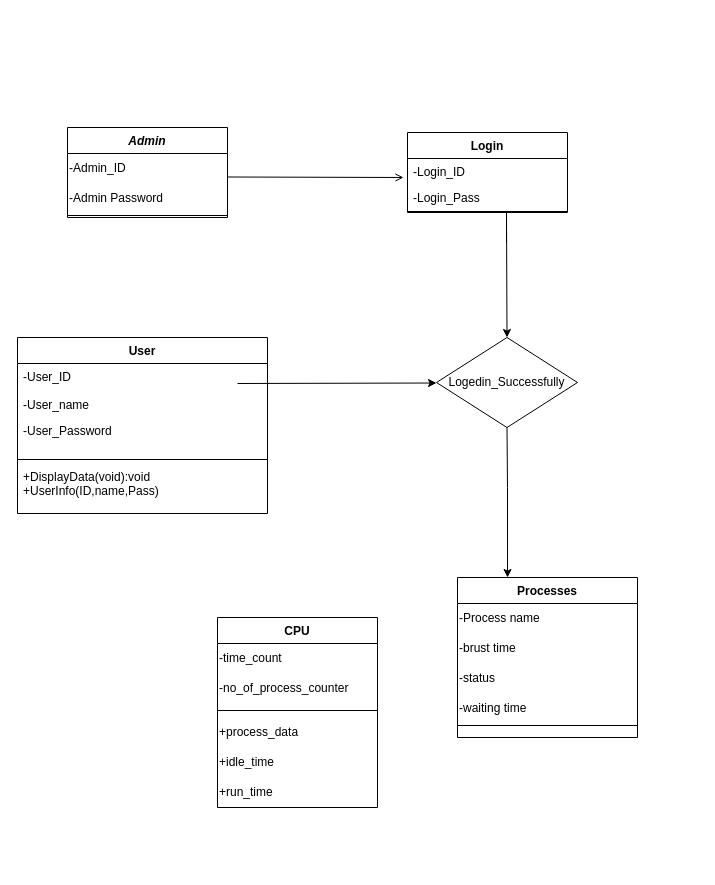
Shivmalge/USA-Residential-House-Price-Prediction keeps this draw.io diagram as Untitled Diagram.drawio. Above is the earlier version. Source tidied: cells renumbered, new cells numbered last; positions are measured from the earlier drawing's top-left corner, leaving out a move shared by most shapes. Both pictures are drawn from the tidied source at 100%, with x=0, y=0 at pixel (17, 127).
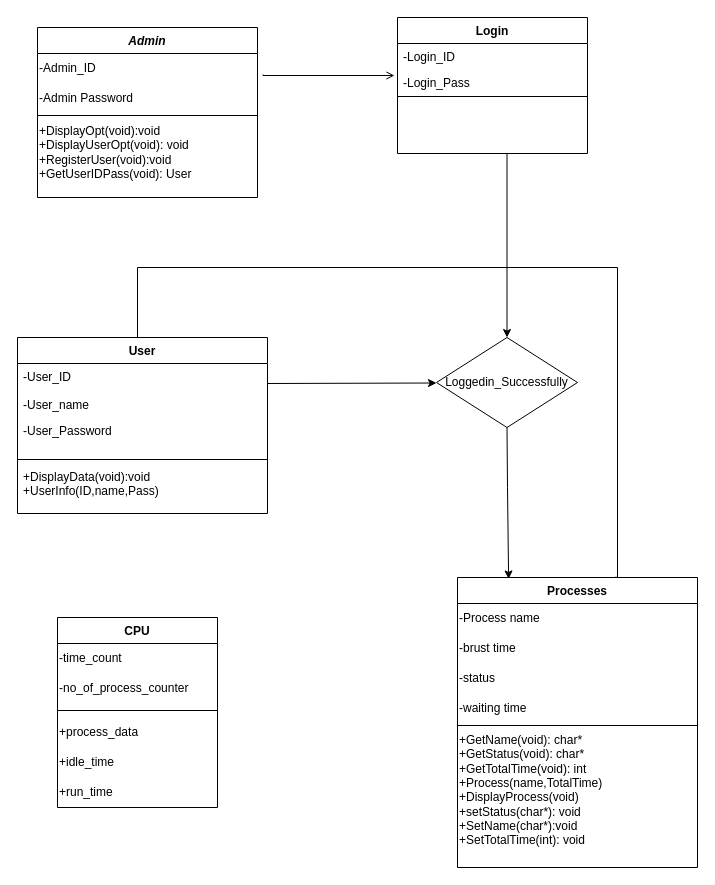
The same page after the edit.

Diff of the diagram source:
```diff
@@
     <mxCell id="2" value="Admin" style="swimlane;fontStyle=3;align=center;verticalAlign=top;horizontal=1;startSize=26;rounded=0;shadow=0;strokeWidth=1;" parent="1" vertex="1">
-      <mxGeometry x="50" width="160" height="90" as="geometry" />
+      <mxGeometry x="20" y="-100" width="220" height="170" as="geometry" />
     </mxCell>
     <mxCell id="3" value="-Admin_ID" style="text;html=1;align=left;verticalAlign=middle;points=[];strokeColor=none;fillColor=none;fontStyle=0;" parent="2" vertex="1">
-      <mxGeometry y="26" width="160" height="30" as="geometry" />
+      <mxGeometry y="26" width="220" height="30" as="geometry" />
     </mxCell>
     <mxCell id="4" value="-Admin Password" style="text;html=1;align=left;verticalAlign=middle;strokeColor=none;fillColor=none;" parent="2" vertex="1">
-      <mxGeometry y="56" width="160" height="30" as="geometry" />
+      <mxGeometry y="56" width="220" height="30" as="geometry" />
     </mxCell>
     <mxCell id="5" style="line;html=1;strokeWidth=1;align=left;verticalAlign=middle;spacingTop=-1;spacingLeft=3;spacingRight=3;labelPosition=right;" parent="2" vertex="1">
-      <mxGeometry y="86" width="160" as="geometry" />
+      <mxGeometry y="86" width="220" as="geometry" />
     </mxCell>
     <mxCell id="6" style="line;html=1;strokeWidth=1;align=left;verticalAlign=middle;spacingTop=-1;spacingLeft=3;spacingRight=3;labelPosition=right;" parent="2" vertex="1">
-      <mxGeometry y="86" width="160" height="4" as="geometry" />
+      <mxGeometry y="86" width="220" height="4" as="geometry" />
     </mxCell>
+    <mxCell id="34" value="+DisplayOpt(void):void&lt;br&gt;+DisplayUserOpt(void): void&lt;br&gt;+RegisterUser(void):void&lt;br&gt;+GetUserIDPass(void): User" style="text;html=1;align=left;verticalAlign=middle;strokeColor=none;fillColor=none;" parent="2" vertex="1">
+      <mxGeometry y="90" width="220" height="70" as="geometry" />
+    </mxCell>
     <mxCell id="7" value="Login" style="swimlane;fontStyle=1;align=center;verticalAlign=top;horizontal=1;startSize=26;rounded=0;shadow=0;strokeWidth=1;" parent="1" vertex="1">
-      <mxGeometry x="390" y="5" width="160" height="80" as="geometry" />
+      <mxGeometry x="380" y="-110" width="190" height="136" as="geometry" />
     </mxCell>
     <mxCell id="8" value="-Login_ID" style="text;align=left;verticalAlign=top;spacingLeft=4;spacingRight=4;overflow=hidden;points=[[0,0.5],[1,0.5]];portConstraint=eastwest;" parent="7" vertex="1">
-      <mxGeometry y="26" width="160" height="26" as="geometry" />
+      <mxGeometry y="26" width="190" height="26" as="geometry" />
     </mxCell>
     <mxCell id="9" value="-Login_Pass" style="text;align=left;verticalAlign=top;spacingLeft=4;spacingRight=4;overflow=hidden;points=[[0,0.5],[1,0.5]];portConstraint=eastwest;" parent="7" vertex="1">
-      <mxGeometry y="52" width="160" height="26" as="geometry" />
+      <mxGeometry y="52" width="190" height="26" as="geometry" />
     </mxCell>
     <mxCell id="10" style="line;html=1;strokeWidth=1;align=left;verticalAlign=middle;spacingTop=-1;spacingLeft=3;spacingRight=3;labelPosition=right;" parent="7" vertex="1">
-      <mxGeometry y="78" width="160" height="2" as="geometry" />
+      <mxGeometry y="78" width="190" height="2" as="geometry" />
     </mxCell>
@@
     <mxCell id="16" value="CPU" style="swimlane;fontStyle=1;align=center;verticalAlign=top;horizontal=1;startSize=26;rounded=0;shadow=0;strokeWidth=1;" parent="1" vertex="1">
-      <mxGeometry x="200" y="490" width="160" height="190" as="geometry" />
+      <mxGeometry x="40" y="490" width="160" height="190" as="geometry" />
     </mxCell>
@@
-    <mxCell id="23" style="endArrow=open;shadow=0;strokeWidth=1;rounded=0;endFill=1;edgeStyle=elbowEdgeStyle;elbow=vertical;entryX=-0.025;entryY=0.769;entryDx=0;entryDy=0;entryPerimeter=0;" parent="1" edge="1" target="8">
+    <mxCell id="23" style="endArrow=open;shadow=0;strokeWidth=1;rounded=0;endFill=1;edgeStyle=elbowEdgeStyle;elbow=vertical;exitX=1.025;exitY=0.7;exitDx=0;exitDy=0;exitPerimeter=0;entryX=-0.016;entryY=0.231;entryDx=0;entryDy=0;entryPerimeter=0;" parent="1" edge="1" source="3" target="9">
       <mxGeometry x="0.5" y="41" relative="1" as="geometry">
-        <mxPoint x="210" y="49.5" as="sourcePoint" />
         <mxPoint x="-40" y="32" as="offset" />
       </mxGeometry>
     </mxCell>
-    <mxCell id="24" value="Logedin_Successfully" style="rhombus;whiteSpace=wrap;html=1;" parent="1" vertex="1">
+    <mxCell id="24" value="Loggedin_Successfully" style="rhombus;whiteSpace=wrap;html=1;" parent="1" vertex="1">
       <mxGeometry x="419" y="210" width="141" height="90" as="geometry" />
     </mxCell>
     <mxCell id="25" style="endArrow=classic;html=1;rounded=0;entryX=0;entryY=0.5;entryDx=0;entryDy=0;" parent="1" edge="1">
       <mxGeometry relative="1" as="geometry">
-        <mxPoint x="220" y="256" as="sourcePoint" />
+        <mxPoint x="250" y="256" as="sourcePoint" />
         <mxPoint x="419" y="255.5" as="targetPoint" />
       </mxGeometry>
     </mxCell>
     <mxCell id="26" value="Processes" style="swimlane;fontStyle=1;align=center;verticalAlign=top;horizontal=1;startSize=26;rounded=0;shadow=0;strokeWidth=1;" parent="1" vertex="1">
-      <mxGeometry x="440" y="450" width="180" height="160" as="geometry" />
+      <mxGeometry x="440" y="450" width="240" height="290" as="geometry" />
     </mxCell>
     <mxCell id="27" value="-Process name" style="text;html=1;align=left;verticalAlign=middle;strokeColor=none;fillColor=none;" parent="26" vertex="1">
-      <mxGeometry y="26" width="180" height="30" as="geometry" />
+      <mxGeometry y="26" width="240" height="30" as="geometry" />
     </mxCell>
     <mxCell id="28" value="-brust time" style="text;html=1;align=left;verticalAlign=middle;strokeColor=none;fillColor=none;" parent="26" vertex="1">
-      <mxGeometry y="56" width="180" height="30" as="geometry" />
+      <mxGeometry y="56" width="240" height="30" as="geometry" />
     </mxCell>
     <mxCell id="29" value="-status" style="text;html=1;align=left;verticalAlign=middle;strokeColor=none;fillColor=none;" parent="26" vertex="1">
-      <mxGeometry y="86" width="180" height="30" as="geometry" />
+      <mxGeometry y="86" width="240" height="30" as="geometry" />
     </mxCell>
     <mxCell id="30" value="-waiting time" style="text;html=1;align=left;verticalAlign=middle;strokeColor=none;fillColor=none;" parent="26" vertex="1">
-      <mxGeometry y="116" width="180" height="30" as="geometry" />
+      <mxGeometry y="116" width="240" height="30" as="geometry" />
     </mxCell>
     <mxCell id="31" style="line;html=1;strokeWidth=1;align=left;verticalAlign=middle;spacingTop=-1;spacingLeft=3;spacingRight=3;labelPosition=right;" parent="26" vertex="1">
-      <mxGeometry y="146" width="180" height="4" as="geometry" />
+      <mxGeometry y="146" width="240" height="4" as="geometry" />
     </mxCell>
+    <mxCell id="35" value="+GetName(void): char*&lt;br style=&quot;border-color: var(--border-color); padding: 0px; margin: 0px;&quot;&gt;+GetStatus(void): char*&lt;br style=&quot;border-color: var(--border-color); padding: 0px; margin: 0px;&quot;&gt;+GetTotalTime(void): int&lt;br style=&quot;border-color: var(--border-color); padding: 0px; margin: 0px;&quot;&gt;+Process(name,TotalTime)&lt;br style=&quot;border-color: var(--border-color); padding: 0px; margin: 0px;&quot;&gt;+DisplayProcess(void)&lt;br style=&quot;border-color: var(--border-color); padding: 0px; margin: 0px;&quot;&gt;+setStatus(char*): void&lt;br style=&quot;border-color: var(--border-color); padding: 0px; margin: 0px;&quot;&gt;+SetName(char*):void&lt;br style=&quot;border-color: var(--border-color); padding: 0px; margin: 0px;&quot;&gt;+SetTotalTime(int): void&lt;div style=&quot;border-color: var(--border-color); padding: 0px; margin: 0px;&quot;&gt;&lt;br style=&quot;border-color: var(--border-color); padding: 0px; margin: 0px;&quot;&gt;&lt;/div&gt;" style="text;html=1;align=left;verticalAlign=middle;strokeColor=none;fillColor=none;" parent="26" vertex="1">
+      <mxGeometry y="150" width="240" height="140" as="geometry" />
+    </mxCell>
-    <mxCell id="32" style="endArrow=classic;html=1;rounded=0;exitX=0.5;exitY=1;exitDx=0;exitDy=0;entryX=0.278;entryY=0;entryDx=0;entryDy=0;entryPerimeter=0;" parent="1" edge="1" source="24" target="26">
+    <mxCell id="32" style="endArrow=classic;html=1;rounded=0;exitX=0.5;exitY=1;exitDx=0;exitDy=0;entryX=0.213;entryY=0.005;entryDx=0;entryDy=0;entryPerimeter=0;" parent="1" edge="1" source="24" target="26">
       <mxGeometry relative="1" as="geometry">
         <Array as="points">
           <mxPoint x="490" y="360" />
         </Array>
       </mxGeometry>
     </mxCell>
-    <mxCell id="33" style="edgeStyle=orthogonalEdgeStyle;rounded=0;orthogonalLoop=1;jettySize=auto;html=1;" parent="1" edge="1">
+    <mxCell id="33" style="edgeStyle=orthogonalEdgeStyle;rounded=0;jettySize=auto;html=1;exitX=0.5;exitY=1;exitDx=0;exitDy=0;" parent="1" edge="1" source="7">
       <mxGeometry relative="1" as="geometry">
-        <mxPoint x="489" y="115" as="sourcePoint" />
         <mxPoint x="489.5" y="210" as="targetPoint" />
         <Array as="points">
-          <mxPoint x="489.5" y="85" />
-          <mxPoint x="489.5" y="85" />
+          <mxPoint x="490" y="26" />
         </Array>
       </mxGeometry>
     </mxCell>
+    <mxCell id="36" style="endArrow=none;html=1;rounded=0;" parent="1" edge="1">
+      <mxGeometry relative="1" as="geometry">
+        <mxPoint x="120" y="210" as="sourcePoint" />
+        <mxPoint x="120" y="140" as="targetPoint" />
+      </mxGeometry>
+    </mxCell>
+    <mxCell id="37" style="endArrow=none;html=1;rounded=0;" parent="1" edge="1">
+      <mxGeometry relative="1" as="geometry">
+        <mxPoint x="120" y="140" as="sourcePoint" />
+        <mxPoint x="600" y="140" as="targetPoint" />
+      </mxGeometry>
+    </mxCell>
+    <mxCell id="38" style="endArrow=none;html=1;rounded=0;exitX=0.657;exitY=-0.001;exitDx=0;exitDy=0;exitPerimeter=0;" parent="1" edge="1" source="26">
+      <mxGeometry relative="1" as="geometry">
+        <mxPoint x="600" y="140" as="targetPoint" />
+        <Array as="points">
+          <mxPoint x="600" y="450" />
+        </Array>
+      </mxGeometry>
+    </mxCell>
```
